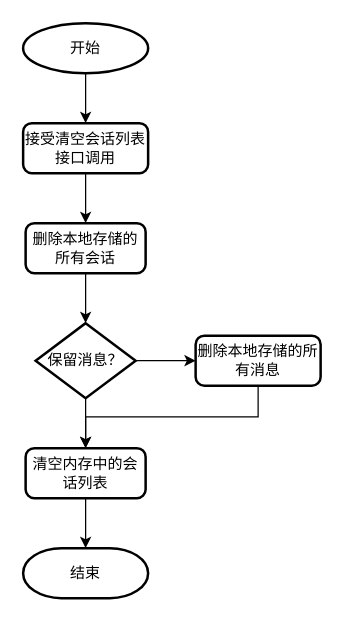
liuao2010/360MobileSafe keeps this draw.io diagram as page "flow-clear-conversation-list" (4 of 11) of 获取会话列表.drawio. Above is the earlier version. Source tidied: cells renumbered, new cells numbered last; positions are measured from the earlier drawing's top-left corner, leaving out a move shared by most shapes. Both pictures are drawn from the tidied source at 125%, with x=0, y=0 at pixel (22, 22).
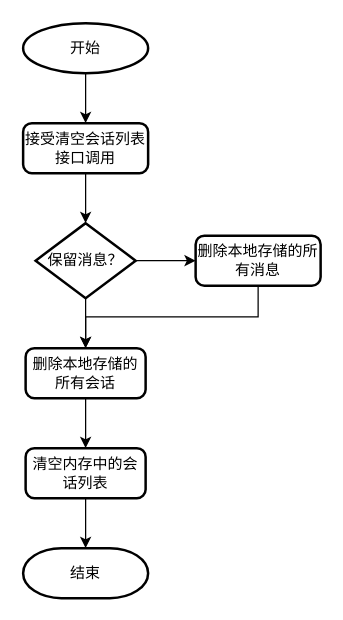
After the change.

Diff of the diagram source:
```diff
@@
 <mxGraphModel>
   <root>
     <mxCell id="0" />
     <mxCell id="1" parent="0" />
     <mxCell id="2" style="edgeStyle=orthogonalEdgeStyle;rounded=0;jettySize=auto;html=1;exitX=0.5;exitY=1;exitDx=0;exitDy=0;exitPerimeter=0;entryX=0.5;entryY=0;entryDx=0;entryDy=0;" parent="1" edge="1" source="3" target="5">
       <mxGeometry relative="1" as="geometry" />
     </mxCell>
     <mxCell id="3" value="开始" style="strokeWidth=2;html=1;shape=mxgraph.flowchart.start_1;whiteSpace=wrap;rounded=1;" parent="1" vertex="1">
       <mxGeometry width="100" height="40" as="geometry" />
     </mxCell>
-    <mxCell id="4" style="edgeStyle=orthogonalEdgeStyle;rounded=0;jettySize=auto;html=1;exitX=0.5;exitY=1;exitDx=0;exitDy=0;entryX=0.5;entryY=0;entryDx=0;entryDy=0;" parent="1" edge="1" source="5" target="9">
-      <mxGeometry relative="1" as="geometry" />
-    </mxCell>
+    <mxCell id="16" style="edgeStyle=orthogonalEdgeStyle;rounded=0;jettySize=auto;html=1;exitX=0.5;exitY=1;exitDx=0;exitDy=0;entryX=0.5;entryY=0;entryDx=0;entryDy=0;entryPerimeter=0;" parent="1" edge="1" source="5" target="12">
+      <mxGeometry relative="1" as="geometry" />
+    </mxCell>
     <mxCell id="5" value="接受清空会话列表接口调用" style="rounded=1;whiteSpace=wrap;html=1;absoluteArcSize=1;arcSize=14;strokeWidth=2;" parent="1" vertex="1">
       <mxGeometry y="80" width="100" height="40" as="geometry" />
     </mxCell>
     <mxCell id="6" style="edgeStyle=orthogonalEdgeStyle;rounded=0;jettySize=auto;html=1;exitX=0.5;exitY=1;exitDx=0;exitDy=0;entryX=0.5;entryY=0;entryDx=0;entryDy=0;entryPerimeter=0;" parent="1" edge="1" source="7" target="15">
       <mxGeometry relative="1" as="geometry" />
     </mxCell>
     <mxCell id="7" value="清空内存中的会话列表" style="rounded=1;whiteSpace=wrap;html=1;absoluteArcSize=1;arcSize=14;strokeWidth=2;" parent="1" vertex="1">
       <mxGeometry x="2" y="340" width="96" height="40" as="geometry" />
     </mxCell>
-    <mxCell id="8" style="edgeStyle=orthogonalEdgeStyle;rounded=0;jettySize=auto;html=1;exitX=0.5;exitY=1;exitDx=0;exitDy=0;entryX=0.5;entryY=0;entryDx=0;entryDy=0;entryPerimeter=0;" parent="1" edge="1" source="9" target="12">
-      <mxGeometry relative="1" as="geometry" />
-    </mxCell>
+    <mxCell id="17" style="edgeStyle=orthogonalEdgeStyle;rounded=0;jettySize=auto;html=1;exitX=0.5;exitY=1;exitDx=0;exitDy=0;entryX=0.5;entryY=0;entryDx=0;entryDy=0;" parent="1" edge="1" source="9" target="7">
+      <mxGeometry relative="1" as="geometry" />
+    </mxCell>
     <mxCell id="9" value="删除本地存储的所有会话" style="rounded=1;whiteSpace=wrap;html=1;absoluteArcSize=1;arcSize=14;strokeWidth=2;" parent="1" vertex="1">
-      <mxGeometry x="2" y="160" width="96" height="40" as="geometry" />
+      <mxGeometry x="2" y="260" width="96" height="40" as="geometry" />
     </mxCell>
+    <mxCell id="18" style="edgeStyle=orthogonalEdgeStyle;rounded=0;jettySize=auto;html=1;exitX=0.5;exitY=1;exitDx=0;exitDy=0;exitPerimeter=0;entryX=0.5;entryY=0;entryDx=0;entryDy=0;" parent="1" edge="1" source="12" target="9">
+      <mxGeometry relative="1" as="geometry" />
+    </mxCell>
     <mxCell id="10" style="edgeStyle=orthogonalEdgeStyle;rounded=0;jettySize=auto;html=1;exitX=1;exitY=0.5;exitDx=0;exitDy=0;exitPerimeter=0;entryX=0;entryY=0.5;entryDx=0;entryDy=0;" parent="1" edge="1" source="12" target="14">
       <mxGeometry relative="1" as="geometry" />
     </mxCell>
-    <mxCell id="11" style="edgeStyle=orthogonalEdgeStyle;rounded=0;jettySize=auto;html=1;exitX=0.5;exitY=1;exitDx=0;exitDy=0;exitPerimeter=0;entryX=0.5;entryY=0;entryDx=0;entryDy=0;" parent="1" edge="1" source="12" target="7">
-      <mxGeometry relative="1" as="geometry" />
-    </mxCell>
     <mxCell id="12" value="保留消息？" style="strokeWidth=2;html=1;shape=mxgraph.flowchart.decision;whiteSpace=wrap;rounded=1;" parent="1" vertex="1">
-      <mxGeometry x="10" y="240" width="80" height="60" as="geometry" />
+      <mxGeometry x="10" y="160" width="80" height="60" as="geometry" />
     </mxCell>
-    <mxCell id="13" style="edgeStyle=orthogonalEdgeStyle;rounded=0;jettySize=auto;html=1;exitX=0.5;exitY=1;exitDx=0;exitDy=0;entryX=0.5;entryY=0;entryDx=0;entryDy=0;" parent="1" edge="1" source="14" target="7">
-      <mxGeometry relative="1" as="geometry" />
-    </mxCell>
+    <mxCell id="19" style="edgeStyle=orthogonalEdgeStyle;rounded=0;jettySize=auto;html=1;exitX=0.5;exitY=1;exitDx=0;exitDy=0;entryX=0.5;entryY=0;entryDx=0;entryDy=0;" parent="1" edge="1" source="14" target="9">
+      <mxGeometry relative="1" as="geometry" />
+    </mxCell>
     <mxCell id="14" value="删除本地存储的所有消息" style="rounded=1;whiteSpace=wrap;html=1;absoluteArcSize=1;arcSize=14;strokeWidth=2;" parent="1" vertex="1">
-      <mxGeometry x="138" y="250" width="100" height="40" as="geometry" />
+      <mxGeometry x="138" y="170" width="100" height="40" as="geometry" />
     </mxCell>
     <mxCell id="15" value="结束" style="strokeWidth=2;html=1;shape=mxgraph.flowchart.terminator;whiteSpace=wrap;rounded=1;" parent="1" vertex="1">
       <mxGeometry y="420" width="100" height="40" as="geometry" />
     </mxCell>
   </root>
 </mxGraphModel>
```
